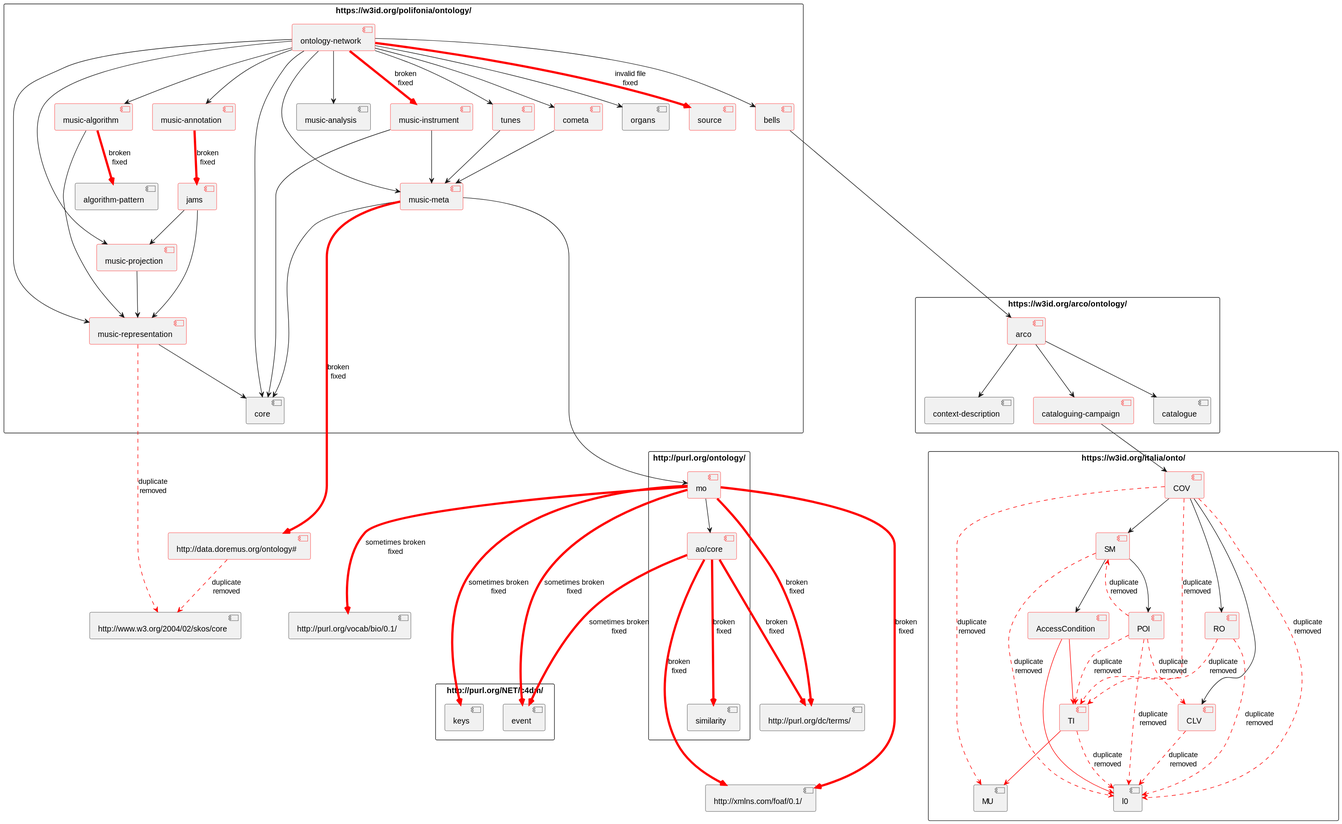
Before: polifonia/owl-imports-graph.svg, a diagram exported from PlantUML (Danysan1/unibo-ke-matching-ontologies).
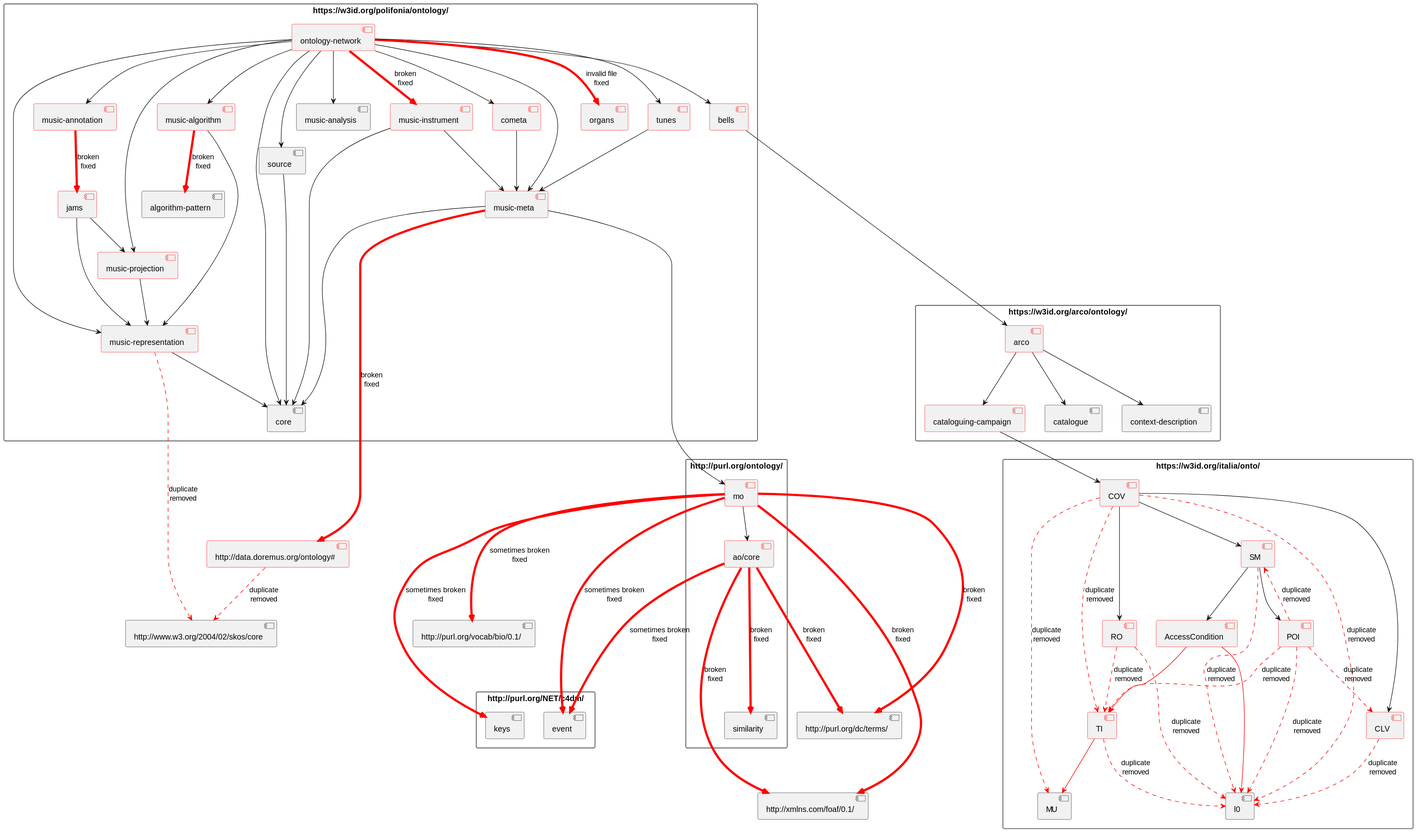
After the commit.

What changed in the source:
```diff
@@ -12,8 +12,8 @@
     [music-meta] as meta #line:red
     [music-projection] as projection #line:red
     [music-representation] as representation #line:red
-    [organs]
-    [source] #line:red
+    [organs] #line:red
+    [source]
     [tunes] #line:red
     [jams] #line:red
     [algorithm-pattern] as pattern
@@ -28,8 +28,8 @@
     network --> meta
     network --> projection
     network --> representation
-    network --> organs
-    network -[#red,thickness=4]-> source: invalid file\nfixed
+    network -[#red,thickness=4]-> organs: invalid file\nfixed
+    network --> source
     network --> tunes
     jams --> projection
     jams --> representation
@@ -41,6 +41,7 @@
     instrument --> core
     tunes --> meta
     cometa --> meta
+    source --> core
 
     annotation -[#red,thickness=4]-> jams: broken\nfixed
     algorithm -[#red,thickness=4]-> pattern: broken\nfixed
```
